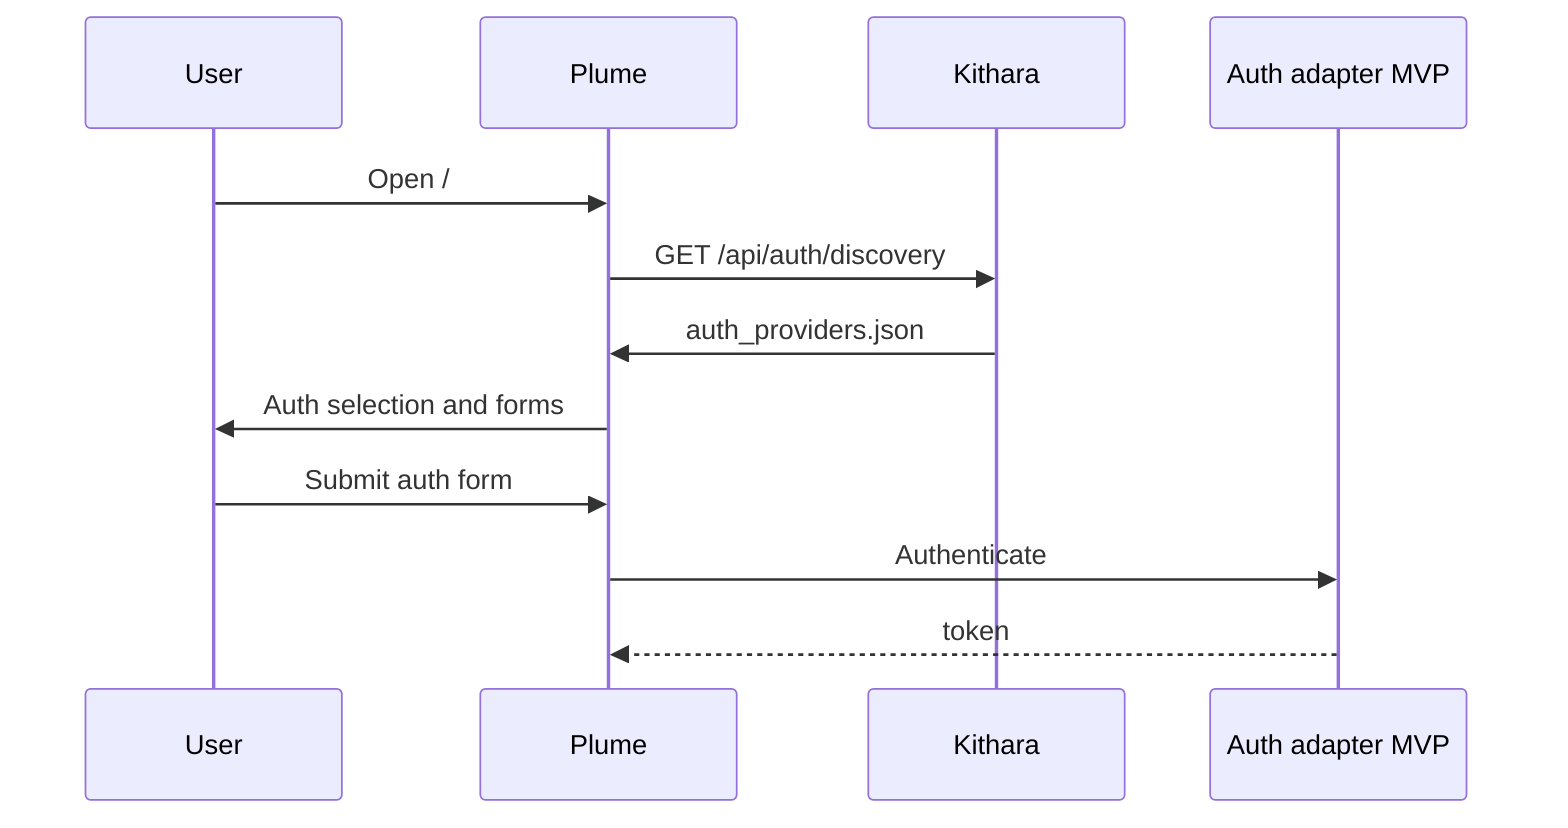
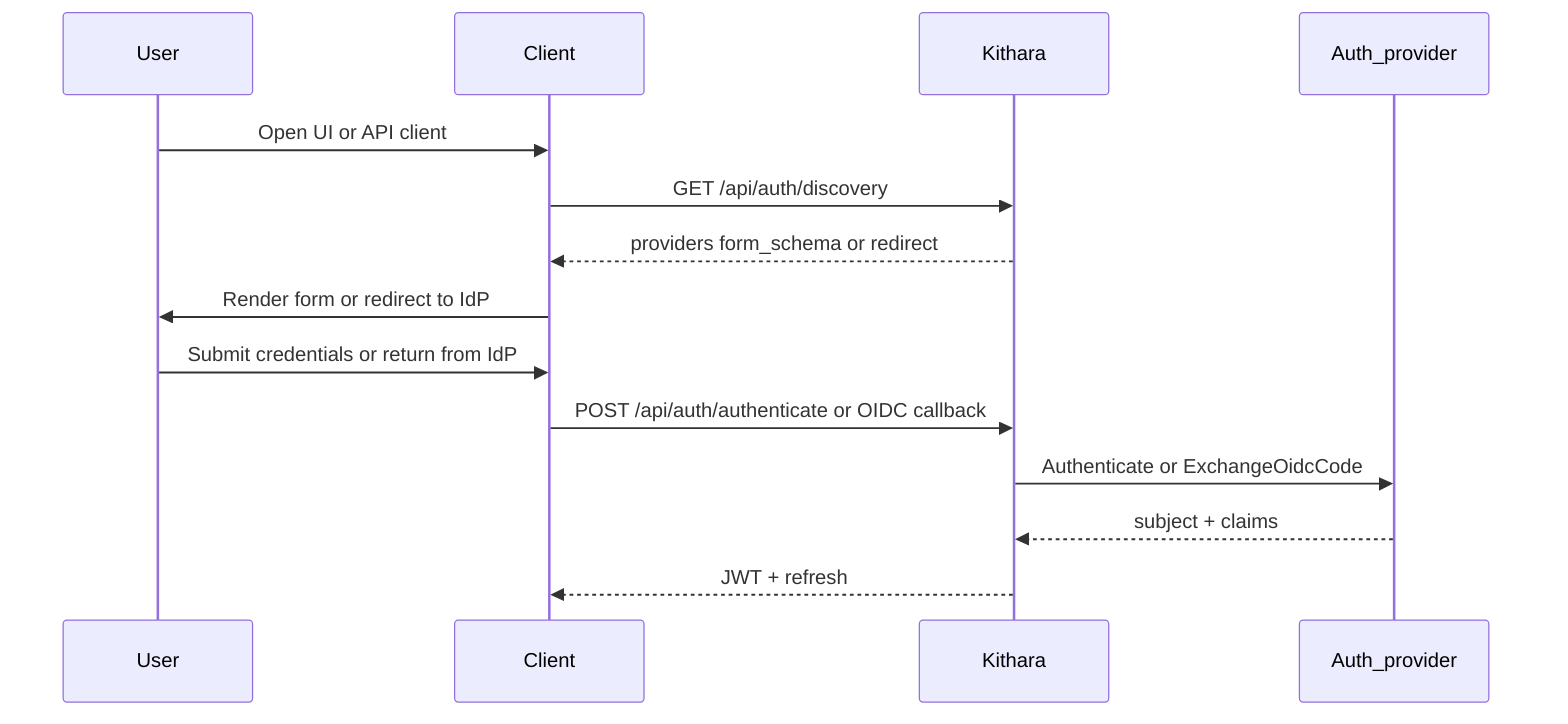
sequenceDiagram
  participant User
-   participant Plume
+   participant Client
  participant Kithara
-   participant Auth as Auth adapter MVP
+   participant Provider as Auth_provider

-   User->>Plume: Open /
-   Plume->>Kithara: GET /api/auth/discovery
-   Kithara->>Plume: auth_providers.json
-   Plume->>User: Auth selection and forms
-   User->>Plume: Submit auth form
-   Plume->>Auth: Authenticate
-   Auth-->>Plume: token
+   User->>Client: Open UI or API client
+   Client->>Kithara: GET /api/auth/discovery
+   Kithara-->>Client: providers form_schema or redirect
+   Client->>User: Render form or redirect to IdP
+   User->>Client: Submit credentials or return from IdP
+   Client->>Kithara: POST /api/auth/authenticate or OIDC callback
+   Kithara->>Provider: Authenticate or ExchangeOidcCode
+   Provider-->>Kithara: subject + claims
+   Kithara-->>Client: JWT + refresh
